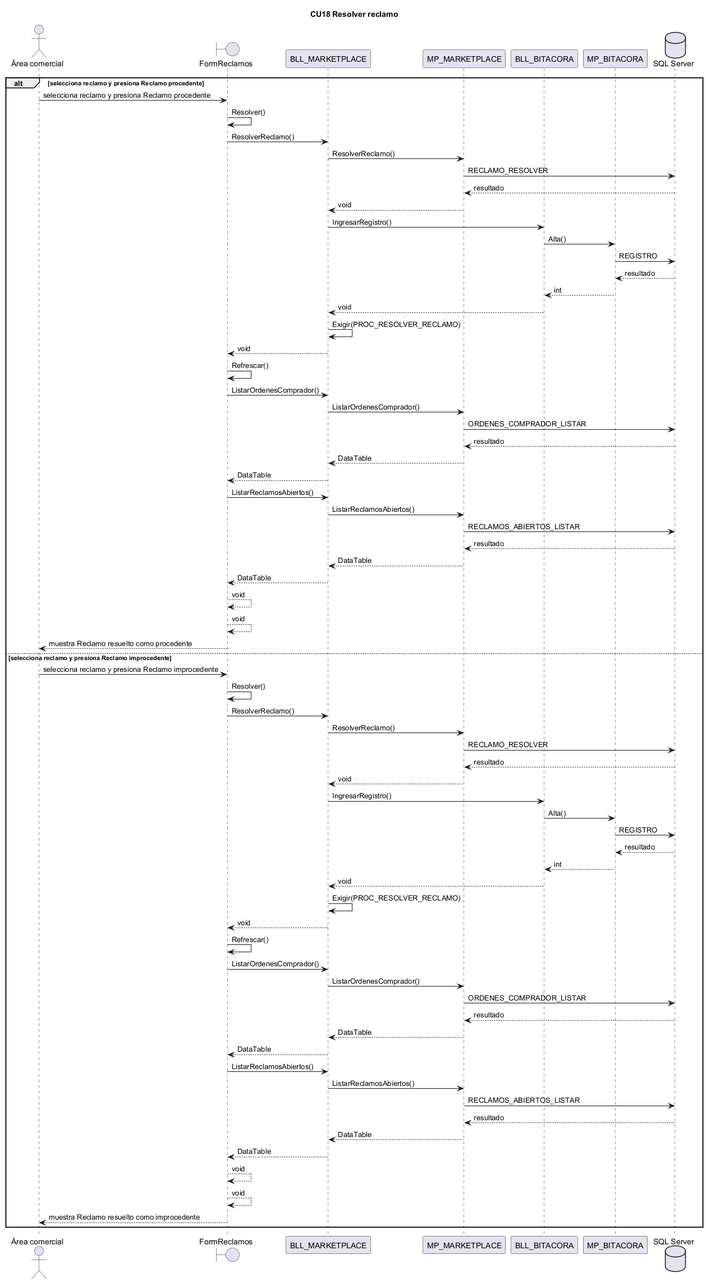
Above: docs/diagramas/secuencias_png/CU18.png in L-Muniz/uai-diploma_2026 (PlantUML), before the change.
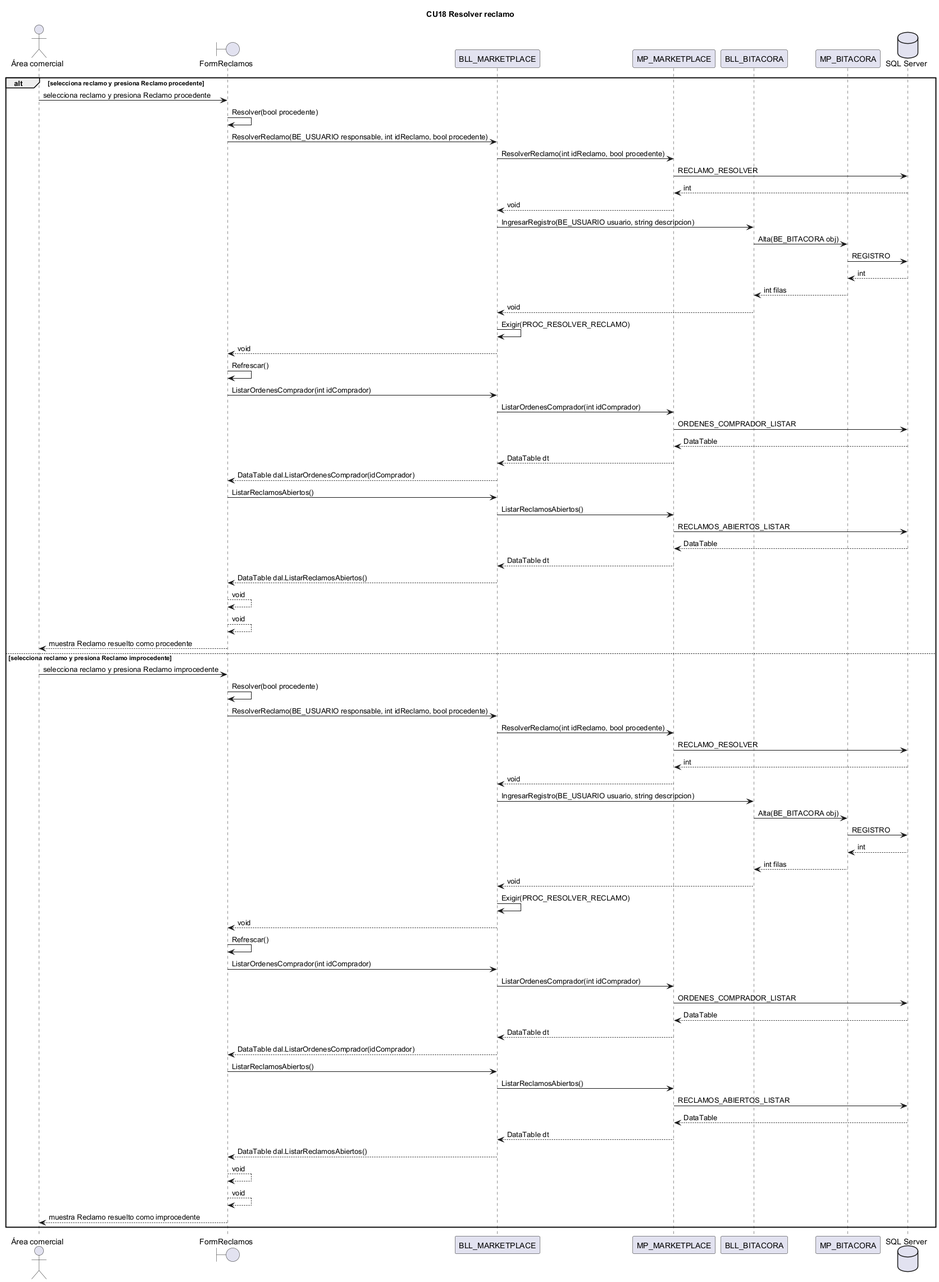
Above is the later version.

Diff of the diagram source:
```diff
@@ -9,65 +9,65 @@
 database "SQL Server" as BD
 alt selecciona reclamo y presiona Reclamo procedente
 ACT -> FormReclamos : selecciona reclamo y presiona Reclamo procedente
-FormReclamos -> FormReclamos : Resolver()
-FormReclamos -> BLL_MARKETPLACE : ResolverReclamo()
-BLL_MARKETPLACE -> MP_MARKETPLACE : ResolverReclamo()
+FormReclamos -> FormReclamos : Resolver(bool procedente)
+FormReclamos -> BLL_MARKETPLACE : ResolverReclamo(BE_USUARIO responsable, int idReclamo, bool procedente)
+BLL_MARKETPLACE -> MP_MARKETPLACE : ResolverReclamo(int idReclamo, bool procedente)
 MP_MARKETPLACE -> BD : RECLAMO_RESOLVER
-BD --> MP_MARKETPLACE : resultado
+BD --> MP_MARKETPLACE : int
 MP_MARKETPLACE --> BLL_MARKETPLACE : void
-BLL_MARKETPLACE -> BLL_BITACORA : IngresarRegistro()
-BLL_BITACORA -> MP_BITACORA : Alta()
+BLL_MARKETPLACE -> BLL_BITACORA : IngresarRegistro(BE_USUARIO usuario, string descripcion)
+BLL_BITACORA -> MP_BITACORA : Alta(BE_BITACORA obj)
 MP_BITACORA -> BD : REGISTRO
-BD --> MP_BITACORA : resultado
-MP_BITACORA --> BLL_BITACORA : int
+BD --> MP_BITACORA : int
+MP_BITACORA --> BLL_BITACORA : int filas
 BLL_BITACORA --> BLL_MARKETPLACE : void
 BLL_MARKETPLACE -> BLL_MARKETPLACE : Exigir(PROC_RESOLVER_RECLAMO)
 BLL_MARKETPLACE --> FormReclamos : void
 FormReclamos -> FormReclamos : Refrescar()
-FormReclamos -> BLL_MARKETPLACE : ListarOrdenesComprador()
-BLL_MARKETPLACE -> MP_MARKETPLACE : ListarOrdenesComprador()
+FormReclamos -> BLL_MARKETPLACE : ListarOrdenesComprador(int idComprador)
+BLL_MARKETPLACE -> MP_MARKETPLACE : ListarOrdenesComprador(int idComprador)
 MP_MARKETPLACE -> BD : ORDENES_COMPRADOR_LISTAR
-BD --> MP_MARKETPLACE : resultado
-MP_MARKETPLACE --> BLL_MARKETPLACE : DataTable
-BLL_MARKETPLACE --> FormReclamos : DataTable
+BD --> MP_MARKETPLACE : DataTable
+MP_MARKETPLACE --> BLL_MARKETPLACE : DataTable dt
+BLL_MARKETPLACE --> FormReclamos : DataTable dal.ListarOrdenesComprador(idComprador)
 FormReclamos -> BLL_MARKETPLACE : ListarReclamosAbiertos()
 BLL_MARKETPLACE -> MP_MARKETPLACE : ListarReclamosAbiertos()
 MP_MARKETPLACE -> BD : RECLAMOS_ABIERTOS_LISTAR
-BD --> MP_MARKETPLACE : resultado
-MP_MARKETPLACE --> BLL_MARKETPLACE : DataTable
-BLL_MARKETPLACE --> FormReclamos : DataTable
+BD --> MP_MARKETPLACE : DataTable
+MP_MARKETPLACE --> BLL_MARKETPLACE : DataTable dt
+BLL_MARKETPLACE --> FormReclamos : DataTable dal.ListarReclamosAbiertos()
 FormReclamos --> FormReclamos : void
 FormReclamos --> FormReclamos : void
 FormReclamos --> ACT : muestra Reclamo resuelto como procedente
 else selecciona reclamo y presiona Reclamo improcedente
 ACT -> FormReclamos : selecciona reclamo y presiona Reclamo improcedente
-FormReclamos -> FormReclamos : Resolver()
-FormReclamos -> BLL_MARKETPLACE : ResolverReclamo()
-BLL_MARKETPLACE -> MP_MARKETPLACE : ResolverReclamo()
+FormReclamos -> FormReclamos : Resolver(bool procedente)
+FormReclamos -> BLL_MARKETPLACE : ResolverReclamo(BE_USUARIO responsable, int idReclamo, bool procedente)
+BLL_MARKETPLACE -> MP_MARKETPLACE : ResolverReclamo(int idReclamo, bool procedente)
 MP_MARKETPLACE -> BD : RECLAMO_RESOLVER
-BD --> MP_MARKETPLACE : resultado
+BD --> MP_MARKETPLACE : int
 MP_MARKETPLACE --> BLL_MARKETPLACE : void
-BLL_MARKETPLACE -> BLL_BITACORA : IngresarRegistro()
-BLL_BITACORA -> MP_BITACORA : Alta()
+BLL_MARKETPLACE -> BLL_BITACORA : IngresarRegistro(BE_USUARIO usuario, string descripcion)
+BLL_BITACORA -> MP_BITACORA : Alta(BE_BITACORA obj)
 MP_BITACORA -> BD : REGISTRO
-BD --> MP_BITACORA : resultado
-MP_BITACORA --> BLL_BITACORA : int
+BD --> MP_BITACORA : int
+MP_BITACORA --> BLL_BITACORA : int filas
 BLL_BITACORA --> BLL_MARKETPLACE : void
 BLL_MARKETPLACE -> BLL_MARKETPLACE : Exigir(PROC_RESOLVER_RECLAMO)
 BLL_MARKETPLACE --> FormReclamos : void
 FormReclamos -> FormReclamos : Refrescar()
-FormReclamos -> BLL_MARKETPLACE : ListarOrdenesComprador()
-BLL_MARKETPLACE -> MP_MARKETPLACE : ListarOrdenesComprador()
+FormReclamos -> BLL_MARKETPLACE : ListarOrdenesComprador(int idComprador)
+BLL_MARKETPLACE -> MP_MARKETPLACE : ListarOrdenesComprador(int idComprador)
 MP_MARKETPLACE -> BD : ORDENES_COMPRADOR_LISTAR
-BD --> MP_MARKETPLACE : resultado
-MP_MARKETPLACE --> BLL_MARKETPLACE : DataTable
-BLL_MARKETPLACE --> FormReclamos : DataTable
+BD --> MP_MARKETPLACE : DataTable
+MP_MARKETPLACE --> BLL_MARKETPLACE : DataTable dt
+BLL_MARKETPLACE --> FormReclamos : DataTable dal.ListarOrdenesComprador(idComprador)
 FormReclamos -> BLL_MARKETPLACE : ListarReclamosAbiertos()
 BLL_MARKETPLACE -> MP_MARKETPLACE : ListarReclamosAbiertos()
 MP_MARKETPLACE -> BD : RECLAMOS_ABIERTOS_LISTAR
-BD --> MP_MARKETPLACE : resultado
-MP_MARKETPLACE --> BLL_MARKETPLACE : DataTable
-BLL_MARKETPLACE --> FormReclamos : DataTable
+BD --> MP_MARKETPLACE : DataTable
+MP_MARKETPLACE --> BLL_MARKETPLACE : DataTable dt
+BLL_MARKETPLACE --> FormReclamos : DataTable dal.ListarReclamosAbiertos()
 FormReclamos --> FormReclamos : void
 FormReclamos --> FormReclamos : void
 FormReclamos --> ACT : muestra Reclamo resuelto como improcedente
```
